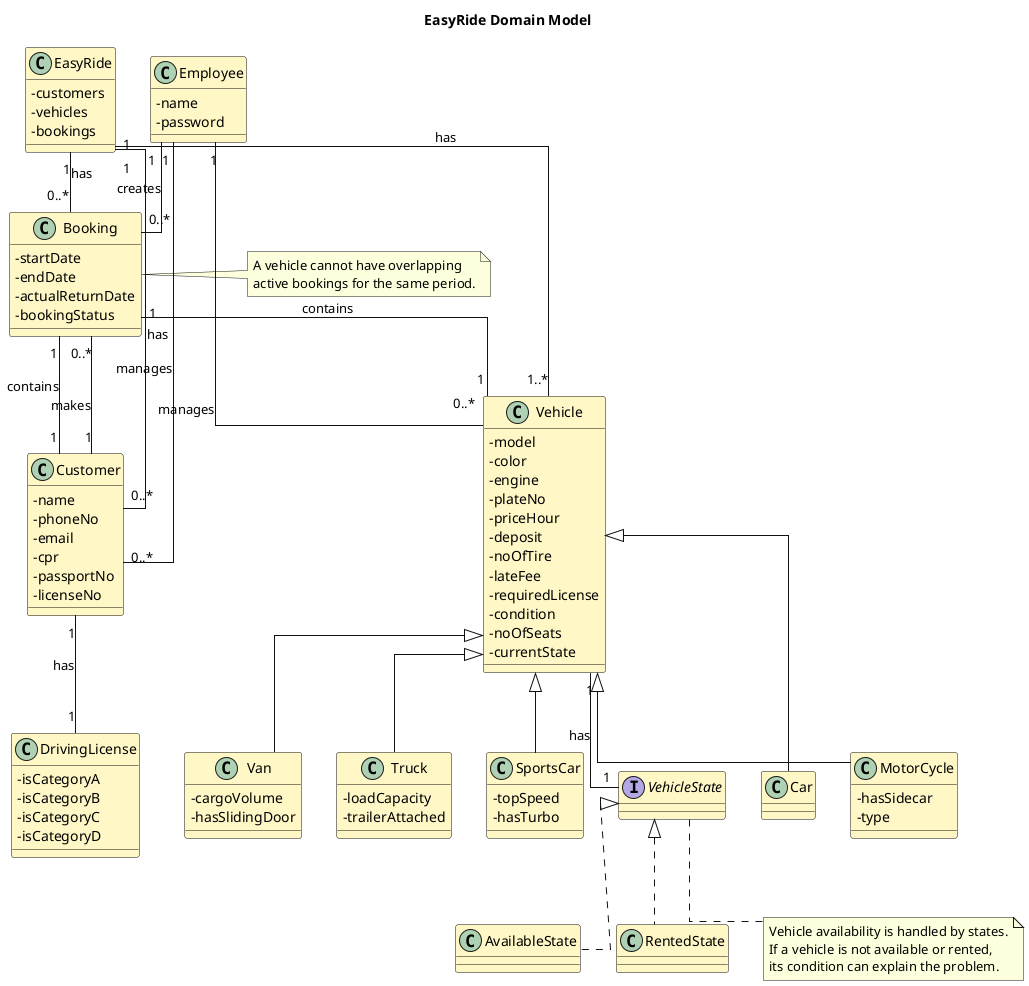
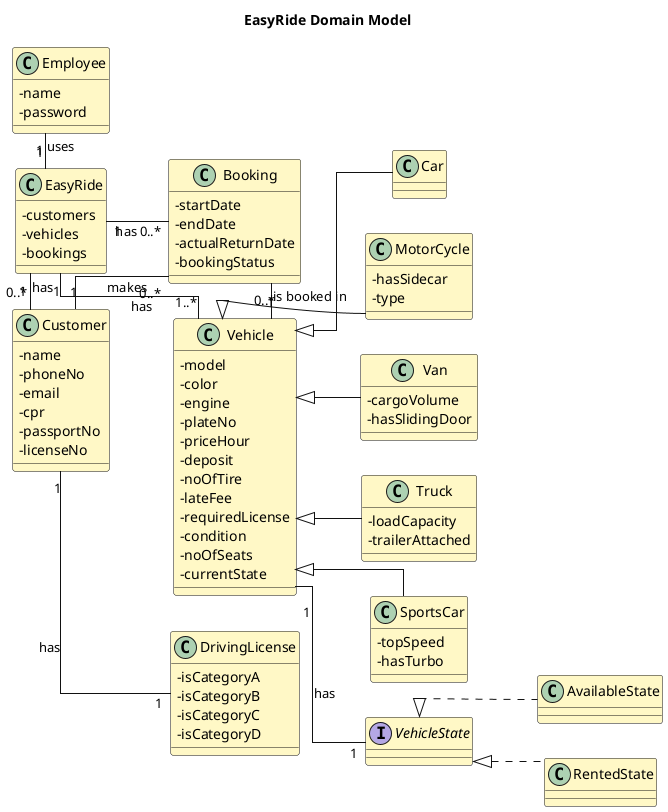
@startuml EasyRide_Domain_Model

title EasyRide Domain Model
+ 
+ left to right direction

skinparam classAttributeIconSize 0
skinparam shadowing false
skinparam linetype ortho
skinparam class {
  BackgroundColor #FFF8C6
  BorderColor #111111
  ArrowColor #111111
}

+ class Employee {
+   - name
+   - password
+ }
+ 
class EasyRide {
  - customers
  - vehicles
  - bookings
- }
- 
- class Employee {
-   - name
-   - password
}

class Customer {
  - name
  - phoneNo
  - email
  - cpr
  - passportNo
  - licenseNo
}

class DrivingLicense {
  - isCategoryA
  - isCategoryB
  - isCategoryC
  - isCategoryD
}

class Booking {
  - startDate
  - endDate
  - actualReturnDate
  - bookingStatus
}

class Vehicle {
  - model
  - color
  - engine
  - plateNo
  - priceHour
  - deposit
  - noOfTire
  - lateFee
  - requiredLicense
  - condition
  - noOfSeats
  - currentState
}

interface VehicleState

class AvailableState
class RentedState

class Car
class MotorCycle {
  - hasSidecar
  - type
}

class Van {
  - cargoVolume
  - hasSlidingDoor
}

class Truck {
  - loadCapacity
  - trailerAttached
}

class SportsCar {
  - topSpeed
  - hasTurbo
}

EasyRide "1" -- "0..*" Customer : has
EasyRide "1" -- "1..*" Vehicle : has
EasyRide "1" -- "0..*" Booking : has

- Employee "1" -- "0..*" Customer : manages
- Employee "1" -- "0..*" Vehicle : manages
- Employee "1" -- "0..*" Booking : creates
+ Employee "1" -- "1" EasyRide : uses

Customer "1" -- "0..*" Booking : makes
Customer "1" -- "1" DrivingLicense : has

- Booking "1" -- "1" Customer : contains
- Booking "1" -- "1" Vehicle : contains
+ Vehicle "1" -- "0..*" Booking : is booked in

Vehicle "1" -- "1" VehicleState : has

VehicleState <|.. AvailableState
VehicleState <|.. RentedState

Vehicle <|-- Car
Vehicle <|-- MotorCycle
Vehicle <|-- Van
Vehicle <|-- Truck
Vehicle <|-- SportsCar

- note right of Booking
-   A vehicle cannot have overlapping
-   active bookings for the same period.
- end note
- 
- note bottom of VehicleState
-   Vehicle availability is handled by states.
-   If a vehicle is not available or rented,
-   its condition can explain the problem.
- end note
+ Employee -[hidden]right- EasyRide
+ EasyRide -[hidden]right- Customer
+ Customer -[hidden]right- Booking
+ Booking -[hidden]right- Vehicle
+ Vehicle -[hidden]down- VehicleState
+ Vehicle -[hidden]down- Car
+ Car -[hidden]right- MotorCycle
+ MotorCycle -[hidden]right- Van
+ Van -[hidden]right- Truck
+ Truck -[hidden]right- SportsCar

@enduml
